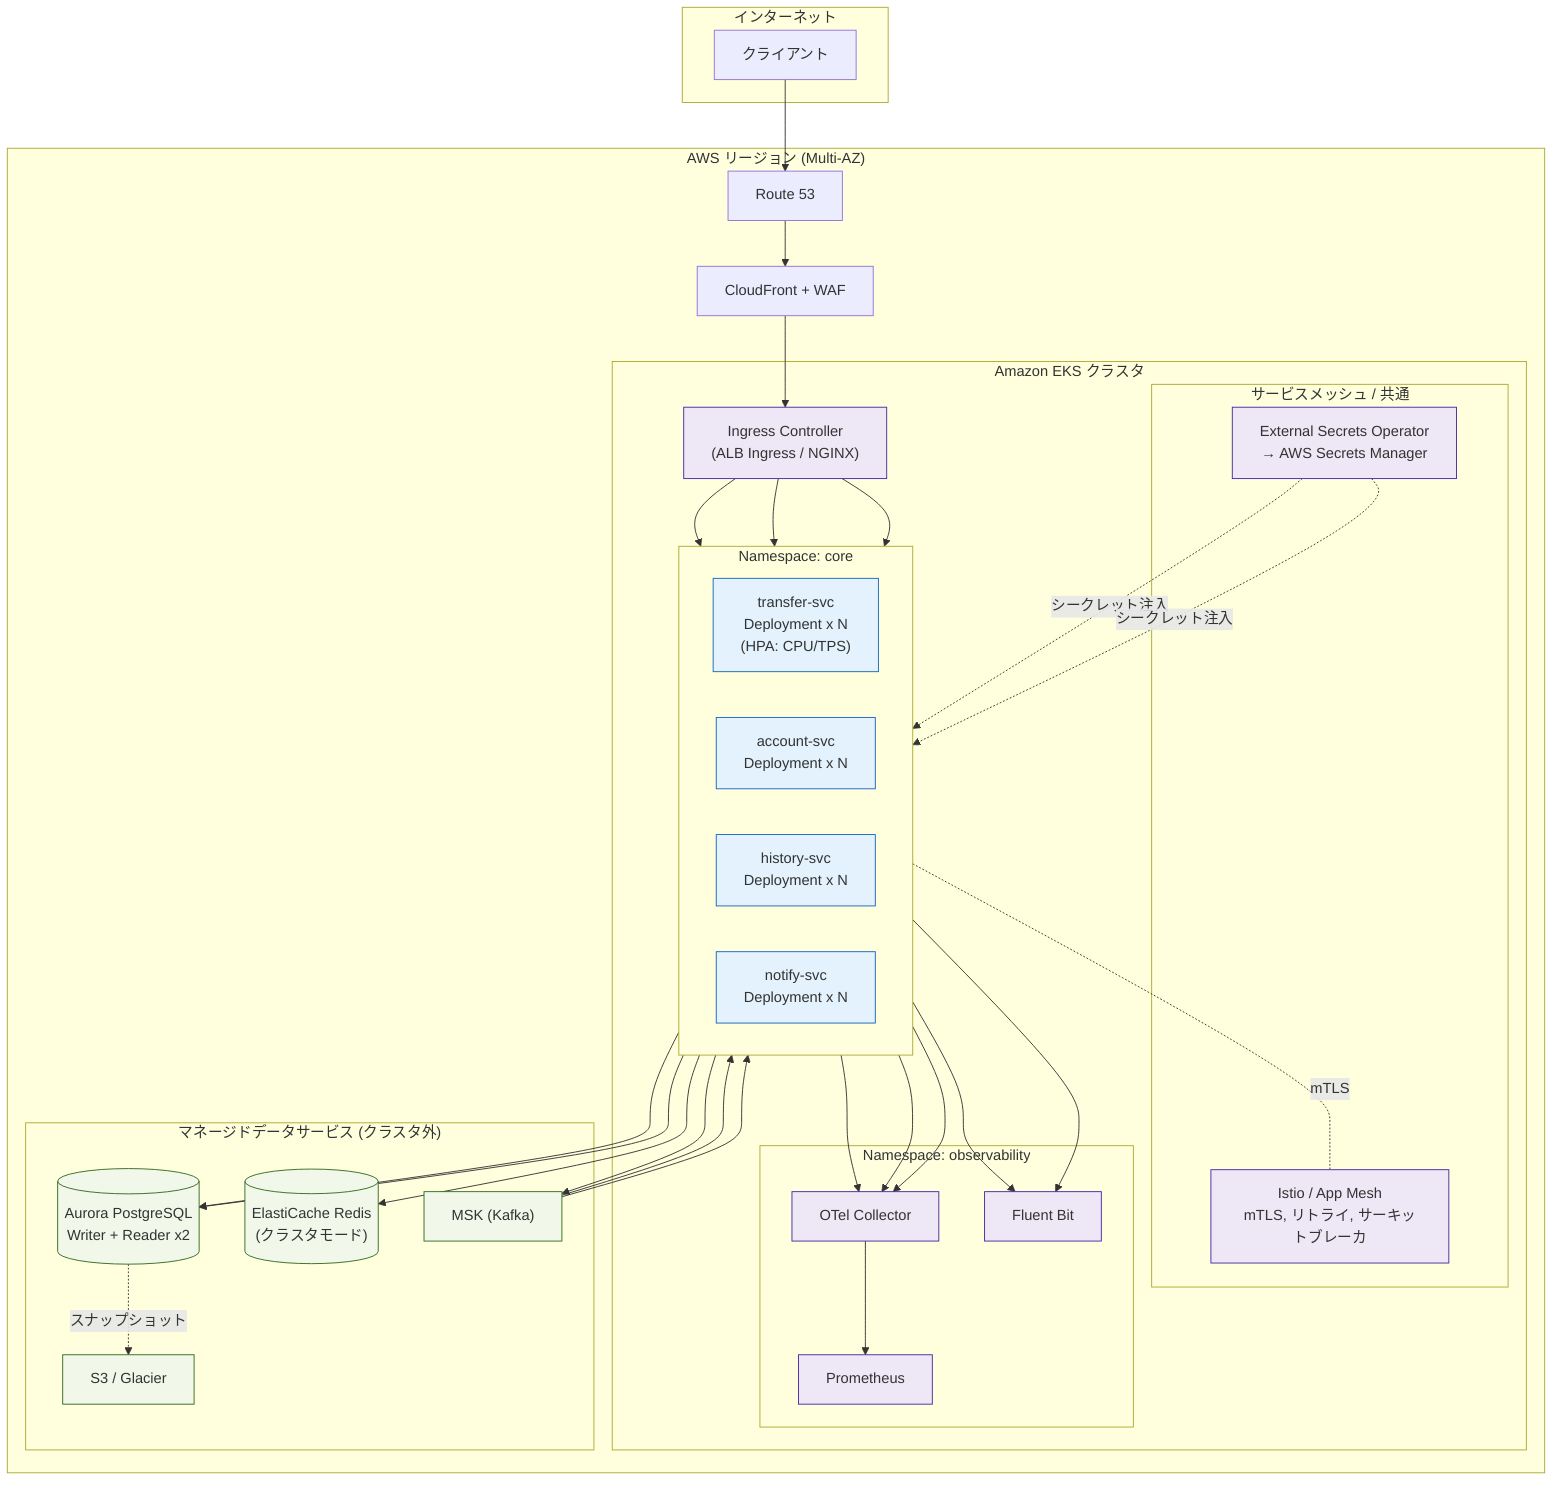
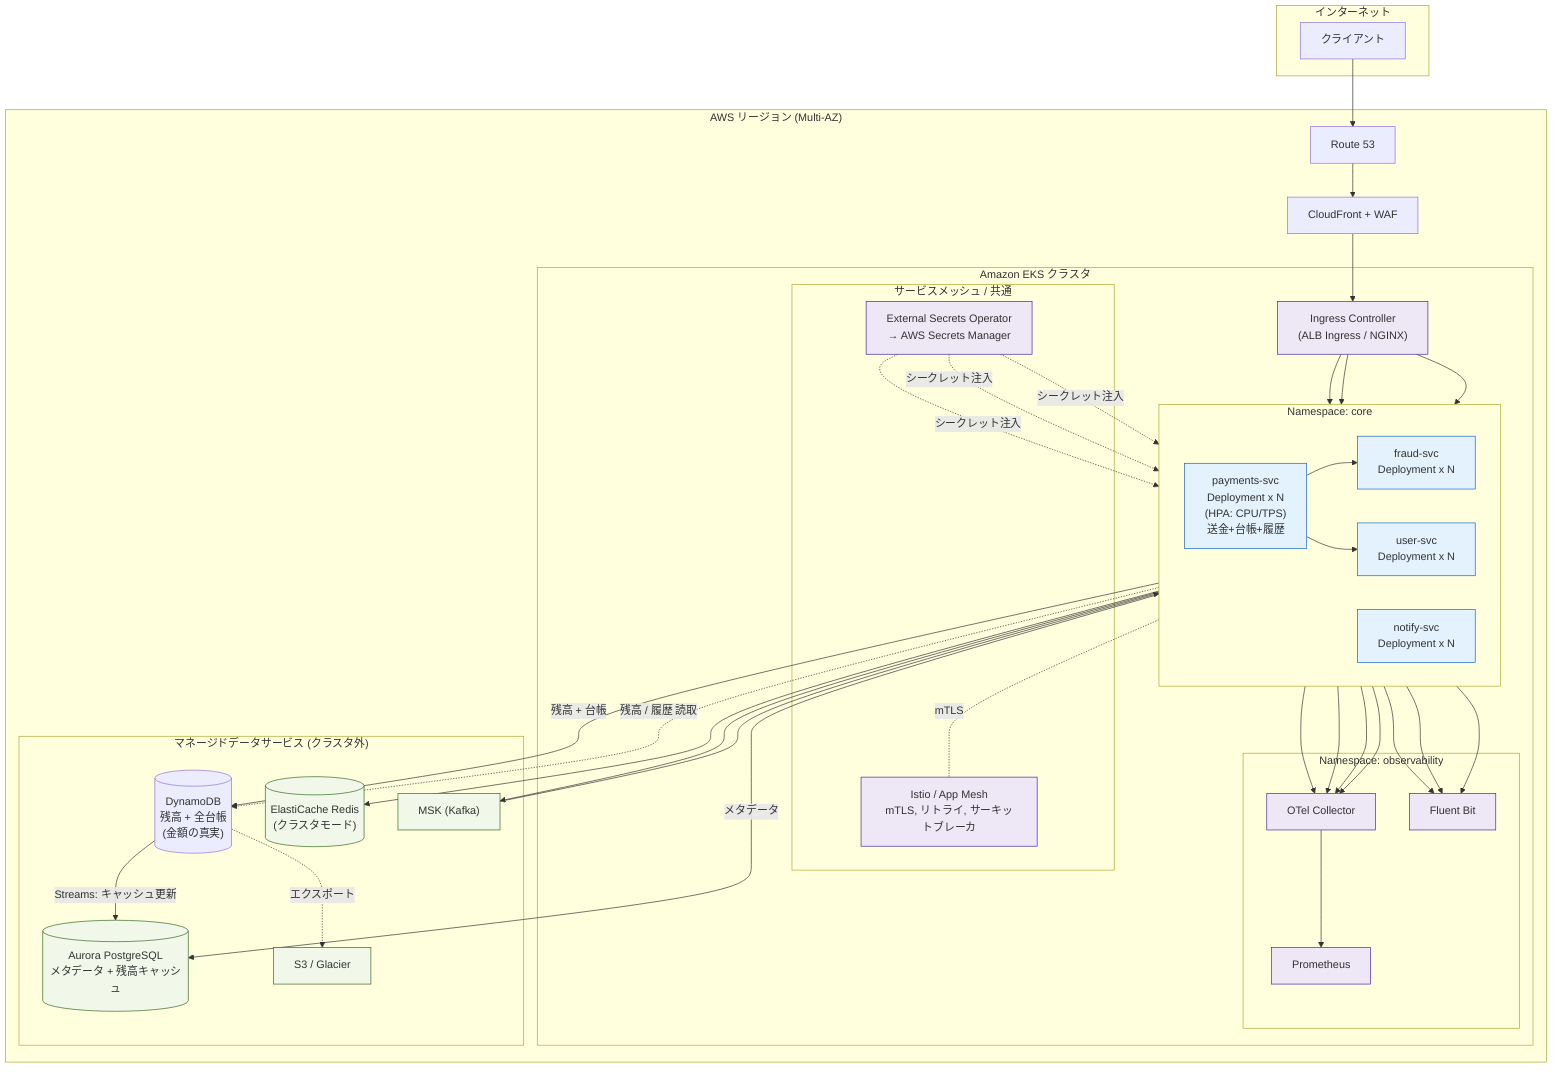
graph TB
    subgraph Internet["インターネット"]
        U["クライアント"]
    end

    subgraph AWS["AWS リージョン (Multi-AZ)"]
        R53["Route 53"]
        WAFCF["CloudFront + WAF"]

        subgraph EKS["Amazon EKS クラスタ"]
            ING["Ingress Controller<br/>(ALB Ingress / NGINX)"]

            subgraph NSCore["Namespace: core"]
                direction LR
-                 TPOD["transfer-svc<br/>Deployment x N<br/>(HPA: CPU/TPS)"]
-                 APOD["account-svc<br/>Deployment x N"]
-                 HPOD["history-svc<br/>Deployment x N"]
+                 TPOD["payments-svc<br/>Deployment x N<br/>(HPA: CPU/TPS)<br/>送金+台帳+履歴"]
+                 FPOD["fraud-svc<br/>Deployment x N"]
+                 UPOD["user-svc<br/>Deployment x N"]
                NPOD["notify-svc<br/>Deployment x N"]
            end

            subgraph NSMesh["サービスメッシュ / 共通"]
                MESH["Istio / App Mesh<br/>mTLS, リトライ, サーキットブレーカ"]
                ESO["External Secrets Operator<br/>→ AWS Secrets Manager"]
            end

            subgraph NSObs["Namespace: observability"]
                PROM["Prometheus"]
                OTEL["OTel Collector"]
                FLUENT["Fluent Bit"]
            end
        end

        subgraph Managed["マネージドデータサービス (クラスタ外)"]
-             AURORA[("Aurora PostgreSQL<br/>Writer + Reader x2")]
+             DDB[("DynamoDB<br/>残高 + 全台帳<br/>(金額の真実)")]
+             AURORA[("Aurora PostgreSQL<br/>メタデータ + 残高キャッシュ")]
            REDIS[("ElastiCache Redis<br/>(クラスタモード)")]
            MSK["MSK (Kafka)"]
            S3B["S3 / Glacier"]
        end
    end

    U --> R53 --> WAFCF --> ING
-     ING --> TPOD & APOD & HPOD
+     ING --> TPOD & FPOD & UPOD
    TPOD -.mTLS.- MESH
-     APOD --> AURORA
-     APOD --> REDIS
+     TPOD -->|残高 + 台帳| DDB
+     TPOD -->|メタデータ| AURORA
+     TPOD --> REDIS
+     TPOD --> FPOD & UPOD
    TPOD --> MSK
-     MSK --> NPOD & HPOD
-     HPOD --> AURORA
-     ESO -.シークレット注入.-> TPOD & APOD
-     TPOD & APOD & HPOD --> OTEL
+     MSK --> NPOD
+     TPOD -.残高 / 履歴 読取.-> DDB
+     DDB -->|Streams: キャッシュ更新| AURORA
+     ESO -.シークレット注入.-> TPOD & FPOD & UPOD
+     TPOD & FPOD & UPOD & NPOD --> OTEL
    OTEL --> PROM
-     TPOD & APOD --> FLUENT
-     AURORA -.スナップショット.-> S3B
+     TPOD & FPOD & UPOD --> FLUENT
+     DDB -.エクスポート.-> S3B

    classDef pod fill:#e3f2fd,stroke:#1565c0,stroke-width:1px;
    classDef infra fill:#ede7f6,stroke:#4527a0,stroke-width:1px;
    classDef data fill:#f1f8e9,stroke:#33691e,stroke-width:1px;
-     class TPOD,APOD,HPOD,NPOD pod;
+     class TPOD,FPOD,UPOD,NPOD pod;
    class MESH,ESO,PROM,OTEL,FLUENT,ING infra;
    class AURORA,REDIS,MSK,S3B data;
